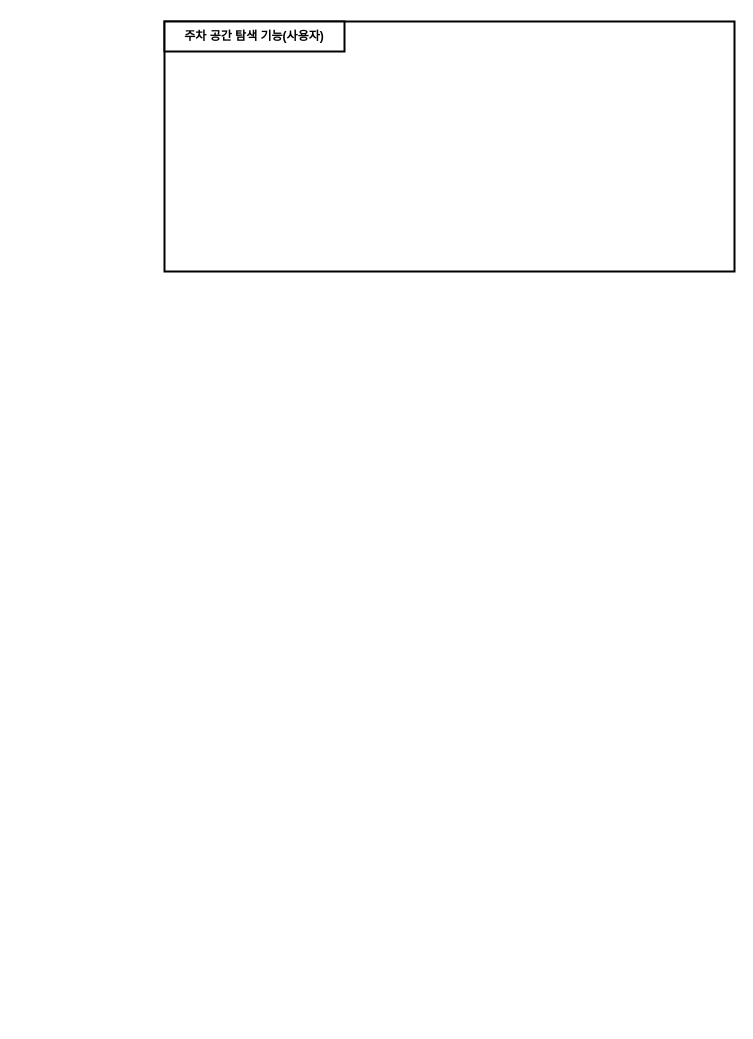
Before: page "유스케이스-1" (2 of 2) of 제목 없는 다이어그램.drawio in hyun10144/Lecture3-1, a draw.io diagram. Source tidied: cells renumbered, new cells numbered last; positions are measured from the earlier drawing's top-left corner, leaving out a move shared by most shapes. Both pictures are drawn from the tidied source at 100%, with x=0, y=0 at pixel (164, 21).
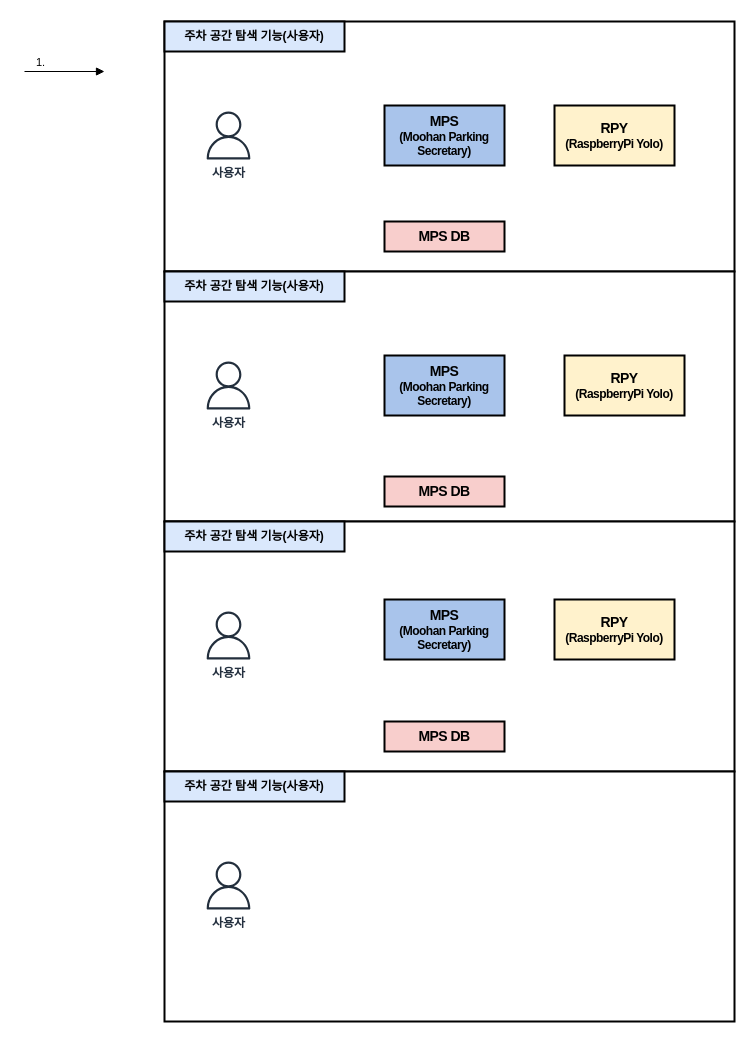
The same page after the edit.

Commit message (it also covers changes not shown here):
제목 없는 다이어그램.drawio 업데이트

What changed in the source:
```diff
@@
-    <mxCell id="2" style="rounded=0;whiteSpace=wrap;html=1;strokeWidth=2;" parent="1" vertex="1">
+    <mxCell id="2" style="rounded=0;whiteSpace=wrap;html=1;strokeWidth=2;strokeColor=#000000;" parent="1" vertex="1">
       <mxGeometry width="570" height="250" as="geometry" />
     </mxCell>
-    <mxCell id="3" value="&lt;p class=&quot;0&quot;&gt;&lt;span style=&quot;font-family: &amp;quot;맑은 고딕&amp;quot;;&quot;&gt;&lt;font style=&quot;font-size: 12px;&quot;&gt;&lt;b&gt;주차 공간 탐색 기능(사용자)&lt;/b&gt;&lt;/font&gt;&lt;/span&gt;&lt;/p&gt;&lt;div class=&quot;hwp_editor_board_content&quot; id=&quot;hwpEditorBoardContent&quot;&gt;&lt;/div&gt;" style="rounded=0;whiteSpace=wrap;html=1;strokeWidth=2;" parent="1" vertex="1">
+    <mxCell id="3" value="&lt;p class=&quot;0&quot;&gt;&lt;span style=&quot;font-family: &amp;quot;맑은 고딕&amp;quot;;&quot;&gt;&lt;font style=&quot;font-size: 12px;&quot;&gt;&lt;b&gt;주차 공간 탐색 기능(사용자)&lt;/b&gt;&lt;/font&gt;&lt;/span&gt;&lt;/p&gt;&lt;div class=&quot;hwp_editor_board_content&quot; id=&quot;hwpEditorBoardContent&quot;&gt;&lt;/div&gt;" style="rounded=0;whiteSpace=wrap;html=1;strokeWidth=2;fillColor=#dae8fc;strokeColor=#000000;" parent="1" vertex="1">
       <mxGeometry width="180" height="30" as="geometry" />
     </mxCell>
+    <mxCell id="4" value="&lt;b&gt;사용자&lt;/b&gt;" style="sketch=0;fontColor=#232F3E;gradientColor=none;fillColor=#232F3D;strokeColor=none;dashed=0;verticalLabelPosition=bottom;verticalAlign=top;align=center;html=1;fontSize=12;fontStyle=0;shape=mxgraph.aws4.user;strokeWidth=1;" parent="1" vertex="1">
+      <mxGeometry x="40" y="90" width="48" height="48" as="geometry" />
+    </mxCell>
+    <mxCell id="5" style="rounded=0;whiteSpace=wrap;html=1;strokeWidth=2;strokeColor=#000000;" parent="1" vertex="1">
+      <mxGeometry y="250" width="570" height="250" as="geometry" />
+    </mxCell>
+    <mxCell id="6" value="&lt;p class=&quot;0&quot;&gt;&lt;span style=&quot;font-family: &amp;quot;맑은 고딕&amp;quot;;&quot;&gt;&lt;font style=&quot;font-size: 12px;&quot;&gt;&lt;b&gt;주차 공간 탐색 기능(사용자)&lt;/b&gt;&lt;/font&gt;&lt;/span&gt;&lt;/p&gt;&lt;div class=&quot;hwp_editor_board_content&quot; id=&quot;hwpEditorBoardContent&quot;&gt;&lt;/div&gt;" style="rounded=0;whiteSpace=wrap;html=1;strokeWidth=2;fillColor=#dae8fc;strokeColor=#000000;" parent="1" vertex="1">
+      <mxGeometry y="250" width="180" height="30" as="geometry" />
+    </mxCell>
+    <mxCell id="7" value="&lt;b&gt;사용자&lt;/b&gt;" style="sketch=0;fontColor=#232F3E;gradientColor=none;fillColor=#232F3D;strokeColor=none;dashed=0;verticalLabelPosition=bottom;verticalAlign=top;align=center;html=1;fontSize=12;fontStyle=0;shape=mxgraph.aws4.user;strokeWidth=1;" parent="1" vertex="1">
+      <mxGeometry x="40" y="340" width="48" height="48" as="geometry" />
+    </mxCell>
+    <mxCell id="8" style="rounded=0;whiteSpace=wrap;html=1;strokeWidth=2;" parent="1" vertex="1">
+      <mxGeometry y="500" width="570" height="250" as="geometry" />
+    </mxCell>
+    <mxCell id="9" value="&lt;p class=&quot;0&quot;&gt;&lt;span style=&quot;font-family: &amp;quot;맑은 고딕&amp;quot;;&quot;&gt;&lt;font style=&quot;font-size: 12px;&quot;&gt;&lt;b&gt;주차 공간 탐색 기능(사용자)&lt;/b&gt;&lt;/font&gt;&lt;/span&gt;&lt;/p&gt;&lt;div class=&quot;hwp_editor_board_content&quot; id=&quot;hwpEditorBoardContent&quot;&gt;&lt;/div&gt;" style="rounded=0;whiteSpace=wrap;html=1;strokeWidth=2;fillColor=#dae8fc;strokeColor=#000000;" parent="1" vertex="1">
+      <mxGeometry y="500" width="180" height="30" as="geometry" />
+    </mxCell>
+    <mxCell id="10" value="&lt;b&gt;사용자&lt;/b&gt;" style="sketch=0;fontColor=#232F3E;gradientColor=none;fillColor=#232F3D;strokeColor=none;dashed=0;verticalLabelPosition=bottom;verticalAlign=top;align=center;html=1;fontSize=12;fontStyle=0;shape=mxgraph.aws4.user;strokeWidth=1;" parent="1" vertex="1">
+      <mxGeometry x="40" y="590" width="48" height="48" as="geometry" />
+    </mxCell>
+    <mxCell id="11" style="rounded=0;whiteSpace=wrap;html=1;strokeWidth=2;" parent="1" vertex="1">
+      <mxGeometry y="750" width="570" height="250" as="geometry" />
+    </mxCell>
+    <mxCell id="12" value="&lt;p class=&quot;0&quot;&gt;&lt;span style=&quot;font-family: &amp;quot;맑은 고딕&amp;quot;;&quot;&gt;&lt;font style=&quot;font-size: 12px;&quot;&gt;&lt;b&gt;주차 공간 탐색 기능(사용자)&lt;/b&gt;&lt;/font&gt;&lt;/span&gt;&lt;/p&gt;&lt;div class=&quot;hwp_editor_board_content&quot; id=&quot;hwpEditorBoardContent&quot;&gt;&lt;/div&gt;" style="rounded=0;whiteSpace=wrap;html=1;strokeWidth=2;fillColor=#dae8fc;strokeColor=#000000;" parent="1" vertex="1">
+      <mxGeometry y="750" width="180" height="30" as="geometry" />
+    </mxCell>
+    <mxCell id="13" value="&lt;b&gt;사용자&lt;/b&gt;" style="sketch=0;fontColor=#232F3E;gradientColor=none;fillColor=#232F3D;strokeColor=none;dashed=0;verticalLabelPosition=bottom;verticalAlign=top;align=center;html=1;fontSize=12;fontStyle=0;shape=mxgraph.aws4.user;strokeWidth=1;" parent="1" vertex="1">
+      <mxGeometry x="40" y="840" width="48" height="48" as="geometry" />
+    </mxCell>
+    <mxCell id="14" value="&lt;p style=&quot;mso-pagination:none;text-autospace:none;mso-padding-alt:0pt 0pt 0pt 0pt;&quot; class=&quot;0&quot;&gt;&lt;b&gt;&lt;span style=&quot;font-family: &amp;quot;맑은 고딕&amp;quot;; letter-spacing: -0.4pt;&quot; lang=&quot;EN-US&quot;&gt;&lt;span style=&quot;font-size: 14px;&quot;&gt;MPS&lt;/span&gt;&lt;span style=&quot;font-size: 14px;&quot;&gt;&lt;br&gt;&lt;/span&gt;&lt;/span&gt;&lt;span style=&quot;font-family: &amp;quot;맑은 고딕&amp;quot;; letter-spacing: -0.4pt; background-color: initial;&quot;&gt;(Moohan Parking Secretary)&lt;/span&gt;&lt;/b&gt;&lt;/p&gt;&lt;div class=&quot;hwp_editor_board_content&quot; id=&quot;hwpEditorBoardContent&quot;&gt;&lt;/div&gt;" style="rounded=0;whiteSpace=wrap;html=1;strokeWidth=2;fillColor=#A9C4EB;strokeColor=#000000;" parent="1" vertex="1">
+      <mxGeometry x="220" y="84" width="120" height="60" as="geometry" />
+    </mxCell>
+    <mxCell id="15" value="&lt;p style=&quot;mso-pagination:none;text-autospace:none;mso-padding-alt:0pt 0pt 0pt 0pt;&quot; class=&quot;0&quot;&gt;&lt;span style=&quot;font-family: &amp;quot;맑은 고딕&amp;quot;; letter-spacing: -0.4pt; background-color: initial;&quot;&gt;&lt;b&gt;&lt;font style=&quot;font-size: 14px;&quot;&gt;RPY&lt;/font&gt;&lt;br&gt;&lt;font style=&quot;font-size: 12px;&quot;&gt;(RaspberryPi Yolo)&lt;/font&gt;&lt;/b&gt;&lt;/span&gt;&lt;/p&gt;&lt;div class=&quot;hwp_editor_board_content&quot; id=&quot;hwpEditorBoardContent&quot;&gt;&lt;/div&gt;" style="rounded=0;whiteSpace=wrap;html=1;strokeWidth=2;fillColor=#fff2cc;strokeColor=#000000;" parent="1" vertex="1">
+      <mxGeometry x="390" y="84" width="120" height="60" as="geometry" />
+    </mxCell>
+    <mxCell id="16" value="&lt;p style=&quot;mso-pagination:none;text-autospace:none;mso-padding-alt:0pt 0pt 0pt 0pt;&quot; class=&quot;0&quot;&gt;&lt;b&gt;&lt;span style=&quot;font-family: &amp;quot;맑은 고딕&amp;quot;; letter-spacing: -0.4pt;&quot; lang=&quot;EN-US&quot;&gt;&lt;span style=&quot;font-size: 14px;&quot;&gt;MPS&lt;/span&gt;&lt;span style=&quot;font-size: 14px;&quot;&gt;&lt;br&gt;&lt;/span&gt;&lt;/span&gt;&lt;span style=&quot;font-family: &amp;quot;맑은 고딕&amp;quot;; letter-spacing: -0.4pt; background-color: initial;&quot;&gt;(Moohan Parking Secretary)&lt;/span&gt;&lt;/b&gt;&lt;/p&gt;&lt;div class=&quot;hwp_editor_board_content&quot; id=&quot;hwpEditorBoardContent&quot;&gt;&lt;/div&gt;" style="rounded=0;whiteSpace=wrap;html=1;strokeWidth=2;fillColor=#A9C4EB;strokeColor=#000000;" parent="1" vertex="1">
+      <mxGeometry x="220" y="334" width="120" height="60" as="geometry" />
+    </mxCell>
+    <mxCell id="17" value="&lt;p style=&quot;mso-pagination:none;text-autospace:none;mso-padding-alt:0pt 0pt 0pt 0pt;&quot; class=&quot;0&quot;&gt;&lt;span style=&quot;font-family: &amp;quot;맑은 고딕&amp;quot;; letter-spacing: -0.4pt; background-color: initial;&quot;&gt;&lt;b&gt;&lt;font style=&quot;font-size: 14px;&quot;&gt;RPY&lt;/font&gt;&lt;br&gt;&lt;font style=&quot;font-size: 12px;&quot;&gt;(RaspberryPi Yolo)&lt;/font&gt;&lt;/b&gt;&lt;/span&gt;&lt;/p&gt;&lt;div class=&quot;hwp_editor_board_content&quot; id=&quot;hwpEditorBoardContent&quot;&gt;&lt;/div&gt;" style="rounded=0;whiteSpace=wrap;html=1;strokeWidth=2;fillColor=#fff2cc;strokeColor=#000000;" parent="1" vertex="1">
+      <mxGeometry x="400" y="334" width="120" height="60" as="geometry" />
+    </mxCell>
+    <mxCell id="18" value="&lt;p style=&quot;mso-pagination:none;text-autospace:none;mso-padding-alt:0pt 0pt 0pt 0pt;&quot; class=&quot;0&quot;&gt;&lt;b&gt;&lt;span style=&quot;font-family: &amp;quot;맑은 고딕&amp;quot;; letter-spacing: -0.4pt;&quot; lang=&quot;EN-US&quot;&gt;&lt;span style=&quot;font-size: 14px;&quot;&gt;MPS&lt;/span&gt;&lt;span style=&quot;font-size: 14px;&quot;&gt;&lt;br&gt;&lt;/span&gt;&lt;/span&gt;&lt;span style=&quot;font-family: &amp;quot;맑은 고딕&amp;quot;; letter-spacing: -0.4pt; background-color: initial;&quot;&gt;(Moohan Parking Secretary)&lt;/span&gt;&lt;/b&gt;&lt;/p&gt;&lt;div class=&quot;hwp_editor_board_content&quot; id=&quot;hwpEditorBoardContent&quot;&gt;&lt;/div&gt;" style="rounded=0;whiteSpace=wrap;html=1;strokeWidth=2;fillColor=#A9C4EB;strokeColor=#000000;" parent="1" vertex="1">
+      <mxGeometry x="220" y="578" width="120" height="60" as="geometry" />
+    </mxCell>
+    <mxCell id="19" value="&lt;p style=&quot;mso-pagination:none;text-autospace:none;mso-padding-alt:0pt 0pt 0pt 0pt;&quot; class=&quot;0&quot;&gt;&lt;span style=&quot;font-family: &amp;quot;맑은 고딕&amp;quot;; letter-spacing: -0.4pt; background-color: initial;&quot;&gt;&lt;b&gt;&lt;font style=&quot;font-size: 14px;&quot;&gt;RPY&lt;/font&gt;&lt;br&gt;&lt;font style=&quot;font-size: 12px;&quot;&gt;(RaspberryPi Yolo)&lt;/font&gt;&lt;/b&gt;&lt;/span&gt;&lt;/p&gt;&lt;div class=&quot;hwp_editor_board_content&quot; id=&quot;hwpEditorBoardContent&quot;&gt;&lt;/div&gt;" style="rounded=0;whiteSpace=wrap;html=1;strokeWidth=2;fillColor=#fff2cc;strokeColor=#000000;" parent="1" vertex="1">
+      <mxGeometry x="390" y="578" width="120" height="60" as="geometry" />
+    </mxCell>
+    <mxCell id="20" value="&lt;p style=&quot;mso-pagination:none;text-autospace:none;mso-padding-alt:0pt 0pt 0pt 0pt;&quot; class=&quot;0&quot;&gt;&lt;b&gt;&lt;span style=&quot;font-family: &amp;quot;맑은 고딕&amp;quot;; letter-spacing: -0.4pt;&quot; lang=&quot;EN-US&quot;&gt;&lt;span style=&quot;font-size: 14px;&quot;&gt;MPS DB&lt;/span&gt;&lt;/span&gt;&lt;br&gt;&lt;/b&gt;&lt;/p&gt;&lt;div class=&quot;hwp_editor_board_content&quot; id=&quot;hwpEditorBoardContent&quot;&gt;&lt;/div&gt;" style="rounded=0;whiteSpace=wrap;html=1;strokeWidth=2;fillColor=#f8cecc;strokeColor=#000000;" parent="1" vertex="1">
+      <mxGeometry x="220" y="200" width="120" height="30" as="geometry" />
+    </mxCell>
+    <mxCell id="21" value="&lt;p style=&quot;mso-pagination:none;text-autospace:none;mso-padding-alt:0pt 0pt 0pt 0pt;&quot; class=&quot;0&quot;&gt;&lt;b&gt;&lt;span style=&quot;font-family: &amp;quot;맑은 고딕&amp;quot;; letter-spacing: -0.4pt;&quot; lang=&quot;EN-US&quot;&gt;&lt;span style=&quot;font-size: 14px;&quot;&gt;MPS DB&lt;/span&gt;&lt;/span&gt;&lt;br&gt;&lt;/b&gt;&lt;/p&gt;&lt;div class=&quot;hwp_editor_board_content&quot; id=&quot;hwpEditorBoardContent&quot;&gt;&lt;/div&gt;" style="rounded=0;whiteSpace=wrap;html=1;strokeWidth=2;fillColor=#f8cecc;strokeColor=#000000;" parent="1" vertex="1">
+      <mxGeometry x="220" y="455" width="120" height="30" as="geometry" />
+    </mxCell>
+    <mxCell id="22" value="&lt;p style=&quot;mso-pagination:none;text-autospace:none;mso-padding-alt:0pt 0pt 0pt 0pt;&quot; class=&quot;0&quot;&gt;&lt;b&gt;&lt;span style=&quot;font-family: &amp;quot;맑은 고딕&amp;quot;; letter-spacing: -0.4pt;&quot; lang=&quot;EN-US&quot;&gt;&lt;span style=&quot;font-size: 14px;&quot;&gt;MPS DB&lt;/span&gt;&lt;/span&gt;&lt;br&gt;&lt;/b&gt;&lt;/p&gt;&lt;div class=&quot;hwp_editor_board_content&quot; id=&quot;hwpEditorBoardContent&quot;&gt;&lt;/div&gt;" style="rounded=0;whiteSpace=wrap;html=1;strokeWidth=2;fillColor=#f8cecc;strokeColor=#000000;" parent="1" vertex="1">
+      <mxGeometry x="220" y="700" width="120" height="30" as="geometry" />
+    </mxCell>
+    <mxCell id="23" value="1.&amp;nbsp;" style="html=1;verticalAlign=bottom;labelBackgroundColor=none;endArrow=block;endFill=1;endSize=6;align=left;rounded=0;" parent="1" edge="1">
+      <mxGeometry x="-0.75" relative="1" as="geometry">
+        <mxPoint x="-140" y="50" as="sourcePoint" />
+        <mxPoint x="-60" y="50" as="targetPoint" />
+      </mxGeometry>
+    </mxCell>
```
